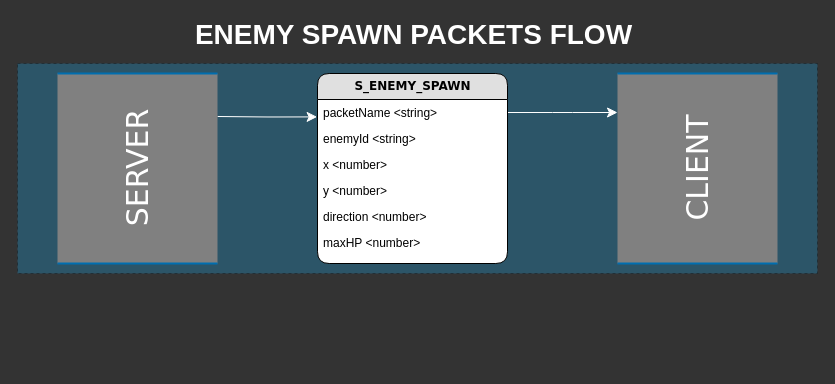
TresComaCatorce/MMORPG keeps this draw.io diagram as page "ENEMY_SPAWN" (6 of 7) of documentation/Packets Diagram.drawio. Above is the earlier version. Source tidied: cells renumbered, new cells numbered last; positions are measured from the earlier drawing's top-left corner, leaving out a move shared by most shapes. Both pictures are drawn from the tidied source at 100%, with x=0, y=0 at pixel (17, 22).
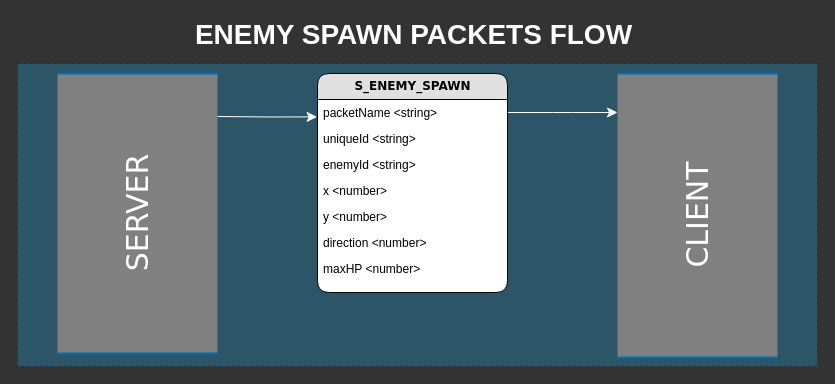
Above is the later version.

What changed in the source:
```diff
@@
 <mxGraphModel background="#333333">
   <root>
     <mxCell id="0" />
     <mxCell id="1" parent="0" />
     <mxCell id="2" style="rounded=0;whiteSpace=wrap;html=1;shadow=0;fillColor=#1ba1e2;dashed=1;fontColor=#ffffff;opacity=30;" parent="1" vertex="1">
-      <mxGeometry y="41" width="800" height="210" as="geometry" />
+      <mxGeometry y="41" width="800" height="303" as="geometry" />
     </mxCell>
     <mxCell id="3" style="edgeStyle=orthogonalEdgeStyle;html=1;entryX=-0.002;entryY=0.669;labelBackgroundColor=none;startFill=0;startSize=8;endFill=1;endSize=8;fontFamily=Verdana;fontSize=12;entryDx=0;entryDy=0;entryPerimeter=0;fontColor=#FFFFFF;strokeColor=#FFFFFF;" parent="1" edge="1" target="9">
       <mxGeometry relative="1" as="geometry">
         <mxPoint x="200" y="94" as="sourcePoint" />
       </mxGeometry>
     </mxCell>
     <mxCell id="4" value="&lt;span style=&quot;font-size: 30px;&quot;&gt;SERVER&lt;br style=&quot;font-size: 30px;&quot;&gt;&lt;/span&gt;" style="html=1;rounded=0;shadow=0;comic=0;labelBackgroundColor=none;strokeWidth=2;fontFamily=Verdana;fontSize=30;align=center;shape=mxgraph.ios7ui.horLines;strokeColor=#006EAF;fillColor=#808080;fontStyle=0;labelBorderColor=none;horizontal=0;fontColor=#FFFFFF;" parent="1" vertex="1">
-      <mxGeometry x="40" y="51" width="160" height="190" as="geometry" />
+      <mxGeometry x="40" y="51" width="160" height="280" as="geometry" />
     </mxCell>
     <mxCell id="5" style="edgeStyle=orthogonalEdgeStyle;html=1;exitX=1;exitY=0.5;labelBackgroundColor=none;startFill=0;startSize=8;endFill=1;endSize=8;fontFamily=Verdana;fontSize=12;exitDx=0;exitDy=0;fontColor=#FFFFFF;strokeColor=#FFFFFF;" parent="1" edge="1" source="9">
       <mxGeometry relative="1" as="geometry">
         <mxPoint x="600" y="90" as="targetPoint" />
       </mxGeometry>
     </mxCell>
     <mxCell id="6" value="&lt;span style=&quot;font-size: 30px;&quot;&gt;CLIENT&lt;/span&gt;" style="html=1;rounded=0;shadow=0;comic=0;labelBackgroundColor=none;strokeWidth=2;fontFamily=Verdana;fontSize=30;align=center;shape=mxgraph.ios7ui.horLines;strokeColor=#006EAF;fillColor=#808080;fontStyle=0;labelBorderColor=none;horizontal=0;fontColor=#FFFFFF;" parent="1" vertex="1">
-      <mxGeometry x="600" y="51" width="160" height="190" as="geometry" />
+      <mxGeometry x="600" y="51" width="160" height="284" as="geometry" />
     </mxCell>
     <mxCell id="7" value="&lt;font style=&quot;font-size: 28px&quot;&gt;&lt;b&gt;ENEMY SPAWN&amp;nbsp;PACKETS FLOW&lt;/b&gt;&lt;/font&gt;" style="text;html=1;align=center;verticalAlign=middle;fontColor=#FFFFFF;" parent="1" vertex="1">
       <mxGeometry x="172" width="447" height="23" as="geometry" />
     </mxCell>
     <mxCell id="8" value="S_ENEMY_SPAWN" style="swimlane;html=1;fontStyle=1;horizontal=1;startSize=26;fillColor=#e0e0e0;swimlaneFillColor=#ffffff;align=center;rounded=1;shadow=0;comic=0;labelBackgroundColor=none;strokeWidth=1;fontFamily=Verdana;fontSize=12;fontColor=#000000;" parent="1" vertex="1">
-      <mxGeometry x="300" y="51" width="190" height="190" as="geometry" />
+      <mxGeometry x="300" y="51" width="190" height="219" as="geometry" />
     </mxCell>
     <mxCell id="9" value="packetName &amp;lt;string&amp;gt;" style="text;html=1;strokeColor=none;fillColor=none;spacingLeft=4;spacingRight=4;whiteSpace=wrap;overflow=hidden;points=[[0,0.5],[1,0.5]];portConstraint=eastwest;fontColor=#000000;" parent="8" vertex="1">
       <mxGeometry y="26" width="190" height="26" as="geometry" />
     </mxCell>
-    <mxCell id="10" value="enemyId &amp;lt;string&amp;gt;" style="text;html=1;strokeColor=none;fillColor=none;spacingLeft=4;spacingRight=4;whiteSpace=wrap;overflow=hidden;fontColor=#000000;" parent="8" vertex="1">
+    <mxCell id="10" value="uniqueId &amp;lt;string&amp;gt;" style="text;html=1;strokeColor=none;fillColor=none;spacingLeft=4;spacingRight=4;whiteSpace=wrap;overflow=hidden;fontColor=#000000;" parent="8" vertex="1">
       <mxGeometry y="52" width="190" height="26" as="geometry" />
     </mxCell>
+    <mxCell id="15" value="enemyId &amp;lt;string&amp;gt;" style="text;html=1;strokeColor=none;fillColor=none;spacingLeft=4;spacingRight=4;whiteSpace=wrap;overflow=hidden;fontColor=#000000;" parent="8" vertex="1">
+      <mxGeometry y="78" width="190" height="26" as="geometry" />
+    </mxCell>
     <mxCell id="11" value="x &amp;lt;number&amp;gt;" style="text;html=1;strokeColor=none;fillColor=none;spacingLeft=4;spacingRight=4;whiteSpace=wrap;overflow=hidden;fontColor=#000000;" parent="8" vertex="1">
-      <mxGeometry y="78" width="190" height="26" as="geometry" />
+      <mxGeometry y="104" width="190" height="26" as="geometry" />
     </mxCell>
     <mxCell id="12" value="y &amp;lt;number&amp;gt;" style="text;html=1;strokeColor=none;fillColor=none;spacingLeft=4;spacingRight=4;whiteSpace=wrap;overflow=hidden;fontColor=#000000;" parent="8" vertex="1">
-      <mxGeometry y="104" width="190" height="26" as="geometry" />
+      <mxGeometry y="130" width="190" height="26" as="geometry" />
     </mxCell>
     <mxCell id="13" value="direction &amp;lt;number&amp;gt;" style="text;html=1;strokeColor=none;fillColor=none;spacingLeft=4;spacingRight=4;whiteSpace=wrap;overflow=hidden;fontColor=#000000;" parent="8" vertex="1">
-      <mxGeometry y="130" width="190" height="26" as="geometry" />
+      <mxGeometry y="156" width="190" height="26" as="geometry" />
     </mxCell>
     <mxCell id="14" value="maxHP &amp;lt;number&amp;gt;" style="text;html=1;strokeColor=none;fillColor=none;spacingLeft=4;spacingRight=4;whiteSpace=wrap;overflow=hidden;fontColor=#000000;" parent="8" vertex="1">
-      <mxGeometry y="156" width="190" height="26" as="geometry" />
+      <mxGeometry y="182" width="190" height="26" as="geometry" />
     </mxCell>
   </root>
 </mxGraphModel>
```
